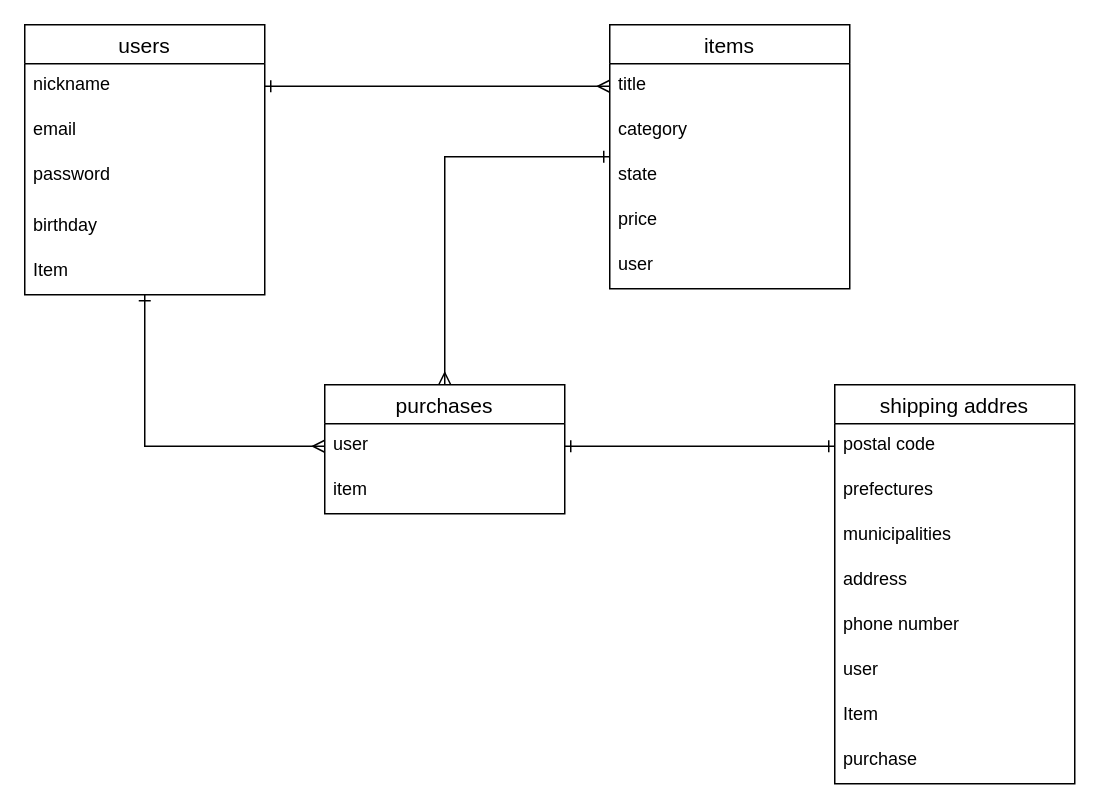
This is furima.dio from karei0106/furima-31933, a draw.io file, before an edit. Source tidied: cells renumbered, new cells numbered last; positions are measured from the earlier drawing's top-left corner, leaving out a move shared by most shapes. Both pictures are drawn from the tidied source at 150%, with x=0, y=0 at pixel (24, 24).
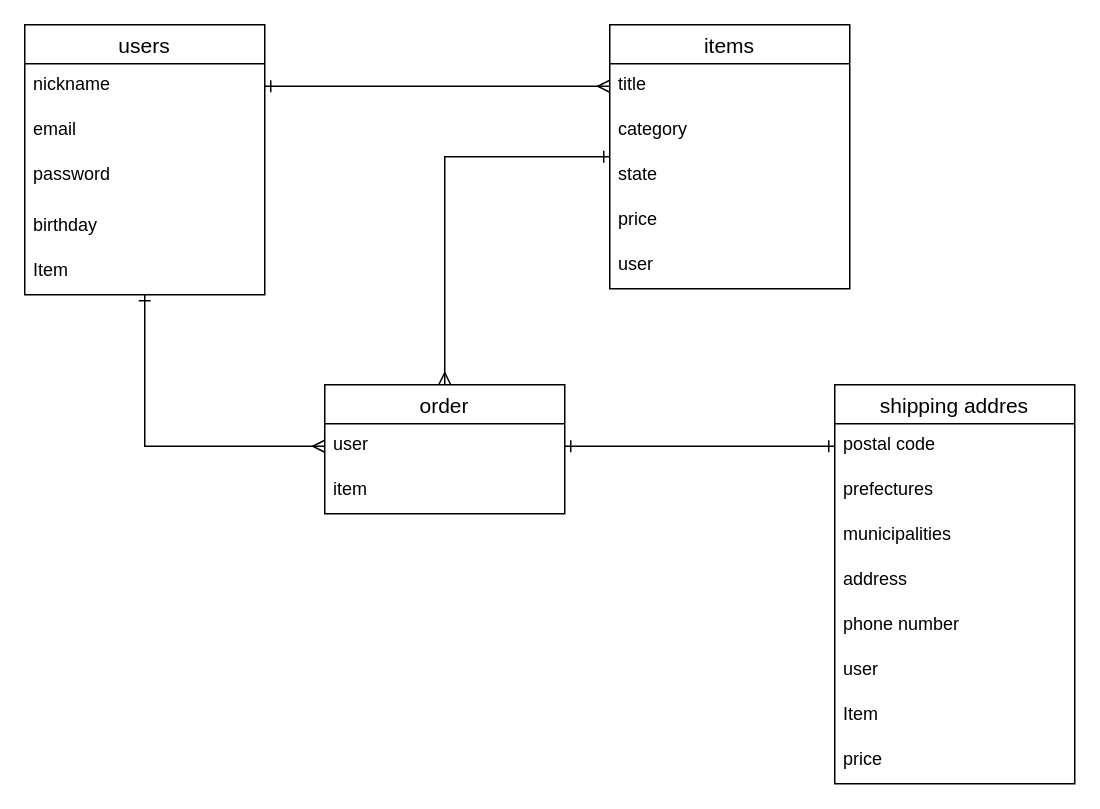
The same diagram, later.

The change refers to these unchanged cells:
```xml
<mxCell id="19" value="shipping addres" style="swimlane;fontStyle=0;horizontal=1;startSize=26;align=center;fontSize=14;" parent="1" vertex="1">
  <mxGeometry x="540" y="240" width="160" height="266" as="geometry" />
</mxCell>
```

The edit, as a diff of the source:
```diff
@@
-    <mxCell id="16" value="purchases" style="swimlane;fontStyle=0;horizontal=1;startSize=26;align=center;fontSize=14;" parent="1" vertex="1">
+    <mxCell id="16" value="order" style="swimlane;fontStyle=0;horizontal=1;startSize=26;align=center;fontSize=14;" parent="1" vertex="1">
       <mxGeometry x="200" y="240" width="160" height="86" as="geometry" />
     </mxCell>
@@
-    <mxCell id="27" value="purchase" style="text;strokeColor=none;fillColor=none;spacingLeft=4;spacingRight=4;overflow=hidden;fontSize=12;" parent="19" vertex="1">
+    <mxCell id="27" value="price" style="text;strokeColor=none;fillColor=none;spacingLeft=4;spacingRight=4;overflow=hidden;fontSize=12;" parent="19" vertex="1">
       <mxGeometry y="236" width="160" height="30" as="geometry" />
     </mxCell>
```
